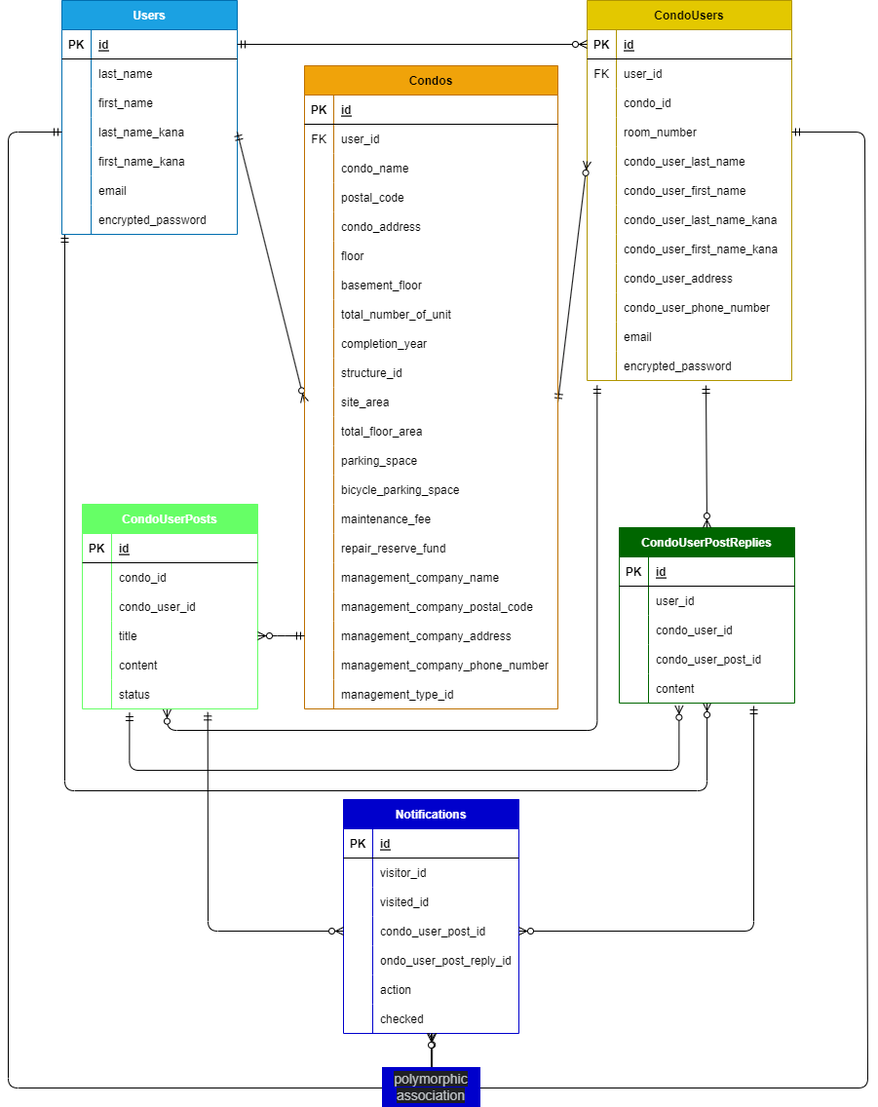
Above: ER.drawio.png in sumachanabc/Rem (draw.io), before the change. Source tidied: cells renumbered, new cells last; positions are measured from the earlier drawing's top-left corner, leaving out a move shared by most shapes.
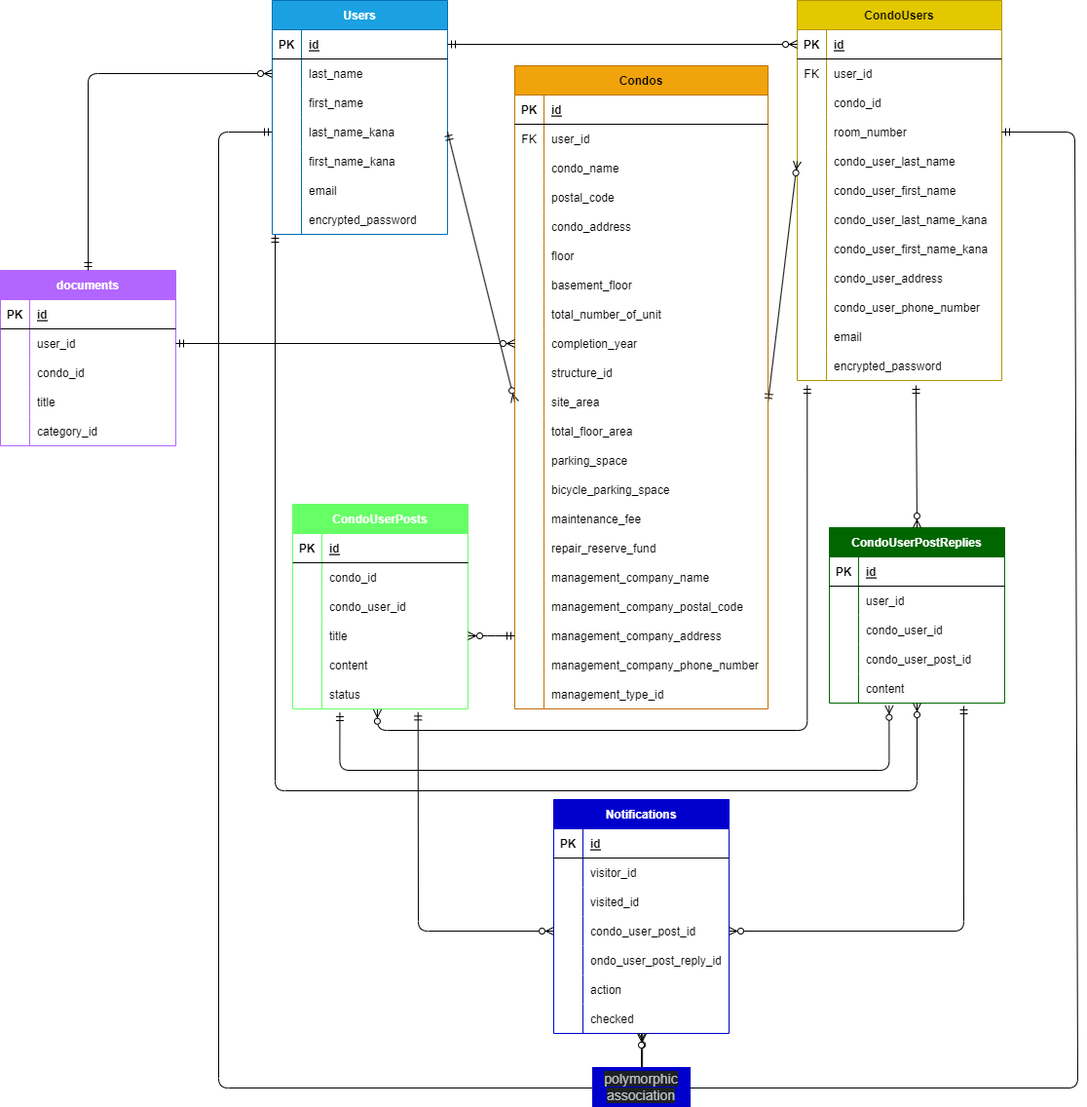
After the commit.

Change to the diagram source:
```diff
@@ -615,5 +615,63 @@
     <mxCell id="194" value="&lt;span style=&quot;color: rgb(189, 193, 198); font-family: arial, sans-serif; font-size: 14px; text-align: left; background-color: rgb(32, 33, 36);&quot;&gt;polymorphic association&lt;/span&gt;" style="whiteSpace=wrap;html=1;align=center;strokeColor=#0000CC;fillColor=#0000CC;" parent="1" vertex="1">
       <mxGeometry x="384" y="1095" width="100" height="40" as="geometry" />
     </mxCell>
+    <mxCell id="195" value="documents" style="shape=table;startSize=30;rowLines=0;fontStyle=1;align=center;fillColor=#B266FF;fontColor=#ffffff;strokeColor=#B266FF;" parent="1" vertex="1">
+      <mxGeometry x="-224" y="277" width="180" height="180" as="geometry" />
+    </mxCell>
+    <mxCell id="196" style="shape=tableRow;horizontal=0;startSize=0;swimlaneHead=0;swimlaneBody=0;fillColor=none;top=0;left=0;right=0;bottom=1;" parent="195" vertex="1">
+      <mxGeometry y="30" width="180" height="30" as="geometry" />
+    </mxCell>
+    <mxCell id="197" value="PK" style="shape=partialRectangle;fillColor=none;top=0;left=0;bottom=0;right=0;fontStyle=1;overflow=hidden;" parent="196" vertex="1">
+      <mxGeometry width="30" height="30" as="geometry" />
+    </mxCell>
+    <mxCell id="198" value="id" style="shape=partialRectangle;fillColor=none;top=0;left=0;bottom=0;right=0;align=left;spacingLeft=6;fontStyle=5;overflow=hidden;" parent="196" vertex="1">
+      <mxGeometry x="30" width="150" height="30" as="geometry" />
+    </mxCell>
+    <mxCell id="199" style="shape=tableRow;horizontal=0;startSize=0;swimlaneHead=0;swimlaneBody=0;fillColor=none;points=[[0,0.5],[1,0.5]];portConstraint=eastwest;top=0;left=0;right=0;bottom=0;" parent="195" vertex="1">
+      <mxGeometry y="60" width="180" height="30" as="geometry" />
+    </mxCell>
+    <mxCell id="200" style="shape=partialRectangle;fillColor=none;top=0;left=0;bottom=0;right=0;overflow=hidden;" parent="199" vertex="1">
+      <mxGeometry width="30" height="30" as="geometry" />
+    </mxCell>
+    <mxCell id="201" value="user_id" style="shape=partialRectangle;fillColor=none;top=0;left=0;bottom=0;right=0;align=left;spacingLeft=6;overflow=hidden;" parent="199" vertex="1">
+      <mxGeometry x="30" width="150" height="30" as="geometry" />
+    </mxCell>
+    <mxCell id="202" style="shape=tableRow;horizontal=0;startSize=0;swimlaneHead=0;swimlaneBody=0;fillColor=none;top=0;left=0;right=0;bottom=0;" parent="195" vertex="1">
+      <mxGeometry y="90" width="180" height="30" as="geometry" />
+    </mxCell>
+    <mxCell id="203" style="shape=partialRectangle;fillColor=none;top=0;left=0;bottom=0;right=0;overflow=hidden;" parent="202" vertex="1">
+      <mxGeometry width="30" height="30" as="geometry" />
+    </mxCell>
+    <mxCell id="204" value="condo_id" style="shape=partialRectangle;fillColor=none;top=0;left=0;bottom=0;right=0;align=left;spacingLeft=6;overflow=hidden;" parent="202" vertex="1">
+      <mxGeometry x="30" width="150" height="30" as="geometry" />
+    </mxCell>
+    <mxCell id="205" style="shape=tableRow;horizontal=0;startSize=0;swimlaneHead=0;swimlaneBody=0;fillColor=none;top=0;left=0;right=0;bottom=0;" parent="195" vertex="1">
+      <mxGeometry y="120" width="180" height="30" as="geometry" />
+    </mxCell>
+    <mxCell id="206" style="shape=partialRectangle;fillColor=none;top=0;left=0;bottom=0;right=0;overflow=hidden;" parent="205" vertex="1">
+      <mxGeometry width="30" height="30" as="geometry" />
+    </mxCell>
+    <mxCell id="207" value="title" style="shape=partialRectangle;fillColor=none;top=0;left=0;bottom=0;right=0;align=left;spacingLeft=6;overflow=hidden;" parent="205" vertex="1">
+      <mxGeometry x="30" width="150" height="30" as="geometry" />
+    </mxCell>
+    <mxCell id="208" style="shape=tableRow;horizontal=0;startSize=0;swimlaneHead=0;swimlaneBody=0;fillColor=none;top=0;left=0;right=0;bottom=0;" parent="195" vertex="1">
+      <mxGeometry y="150" width="180" height="30" as="geometry" />
+    </mxCell>
+    <mxCell id="209" style="shape=partialRectangle;fillColor=none;top=0;left=0;bottom=0;right=0;overflow=hidden;" parent="208" vertex="1">
+      <mxGeometry width="30" height="30" as="geometry" />
+    </mxCell>
+    <mxCell id="210" value="category_id" style="shape=partialRectangle;fillColor=none;top=0;left=0;bottom=0;right=0;align=left;spacingLeft=6;overflow=hidden;" parent="208" vertex="1">
+      <mxGeometry x="30" width="150" height="30" as="geometry" />
+    </mxCell>
+    <mxCell id="211" style="fontSize=12;html=1;endArrow=ERzeroToMany;startArrow=ERmandOne;entryX=0;entryY=0.5;entryDx=0;entryDy=0;exitX=1;exitY=0.5;exitDx=0;exitDy=0;" parent="1" edge="1" source="199" target="125">
+      <mxGeometry relative="1" as="geometry" />
+    </mxCell>
+    <mxCell id="212" style="fontSize=12;html=1;endArrow=ERzeroToMany;startArrow=ERmandOne;entryX=0;entryY=0.5;entryDx=0;entryDy=0;" parent="1" edge="1" source="195" target="7">
+      <mxGeometry relative="1" as="geometry">
+        <Array as="points">
+          <mxPoint x="-134" y="75" />
+        </Array>
+      </mxGeometry>
+    </mxCell>
   </root>
 </mxGraphModel>
```
